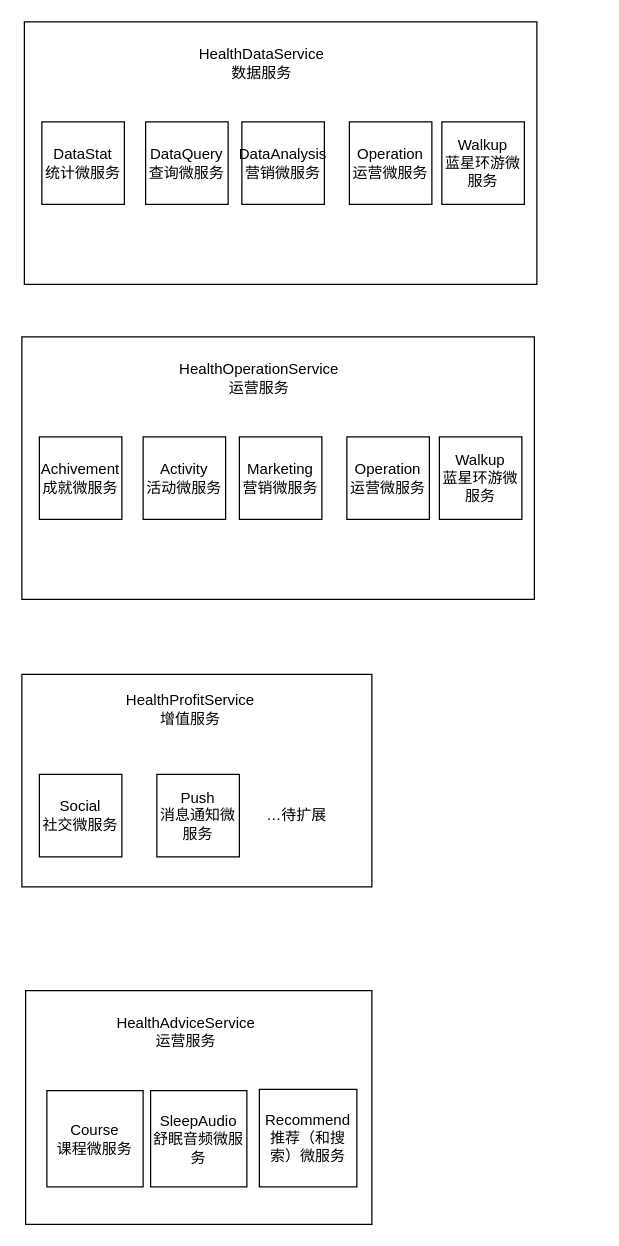
Earlier version of the draw.io diagram 运动健康云1层架构.drawio (HuaHero/interview). Source tidied: cells renumbered, new cells numbered last; positions are measured from the earlier drawing's top-left corner, leaving out a move shared by most shapes. Both pictures are drawn from the tidied source at 125%, with x=0, y=0 at pixel (21, 21).
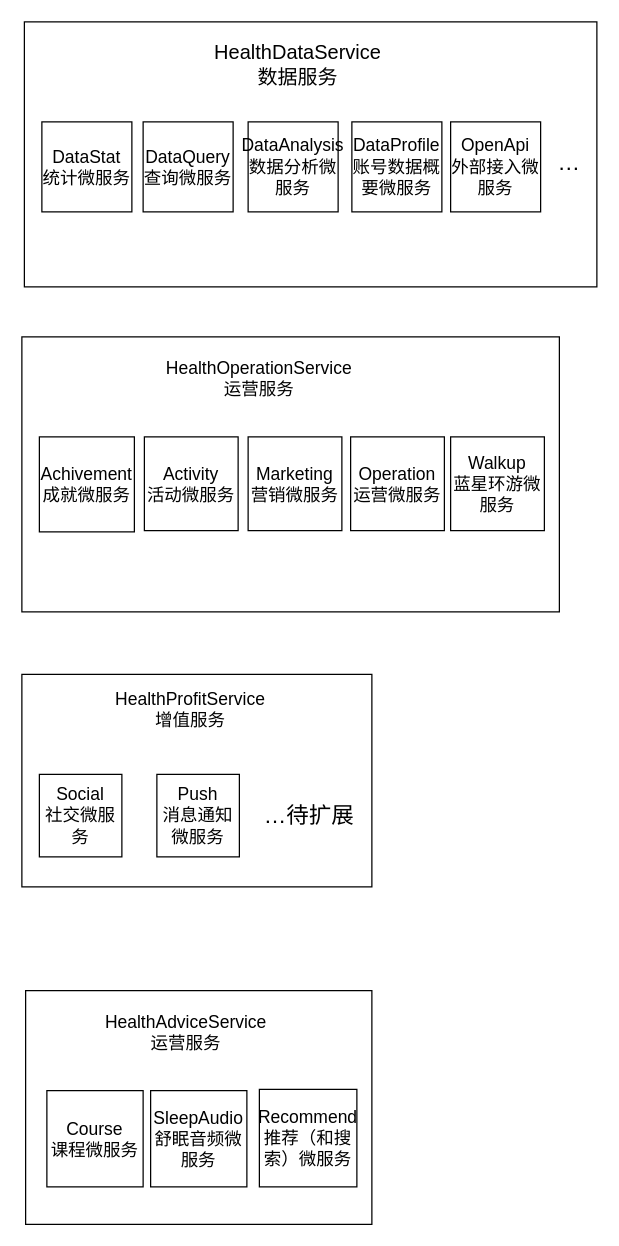
After the change.

Commit message:
更新运动健康云1层架构.drawio

Diff of the diagram source:
```diff
@@
-    <mxCell id="2" style="rounded=0;whiteSpace=wrap;html=1;" parent="1" vertex="1">
-      <mxGeometry y="252" width="410" height="210" as="geometry" />
+    <mxCell id="2" style="rounded=0;whiteSpace=wrap;html=1;fontSize=14;" parent="1" vertex="1">
+      <mxGeometry y="252" width="430" height="220" as="geometry" />
     </mxCell>
-    <mxCell id="3" style="rounded=0;whiteSpace=wrap;html=1;" parent="1" vertex="1">
+    <mxCell id="3" style="rounded=0;whiteSpace=wrap;html=1;fontSize=14;" parent="1" vertex="1">
       <mxGeometry y="522" width="280" height="170" as="geometry" />
     </mxCell>
-    <mxCell id="4" value="HealthOperationService&lt;br style=&quot;border-color: var(--border-color);&quot;&gt;运营服务" style="text;html=1;strokeColor=none;fillColor=none;align=center;verticalAlign=middle;whiteSpace=wrap;rounded=0;" parent="1" vertex="1">
+    <mxCell id="4" value="HealthOperationService&lt;br style=&quot;border-color: var(--border-color); font-size: 14px;&quot;&gt;运营服务" style="text;html=1;strokeColor=none;fillColor=none;align=center;verticalAlign=middle;whiteSpace=wrap;rounded=0;fontSize=14;" parent="1" vertex="1">
       <mxGeometry x="20" y="267" width="340" height="35" as="geometry" />
     </mxCell>
-    <mxCell id="5" value="Achivement&lt;br&gt;成就微服务&lt;br&gt;" style="whiteSpace=wrap;html=1;" parent="1" vertex="1">
-      <mxGeometry x="14" y="332" width="66" height="66" as="geometry" />
+    <mxCell id="5" value="Achivement&lt;br style=&quot;font-size: 14px;&quot;&gt;成就微服务&lt;br style=&quot;font-size: 14px;&quot;&gt;" style="whiteSpace=wrap;html=1;fontSize=14;" parent="1" vertex="1">
+      <mxGeometry x="14" y="332" width="76" height="76" as="geometry" />
     </mxCell>
-    <mxCell id="6" value="Activity&lt;br&gt;活动微服务" style="whiteSpace=wrap;html=1;" parent="1" vertex="1">
-      <mxGeometry x="97" y="332" width="66" height="66" as="geometry" />
+    <mxCell id="6" value="Activity&lt;br style=&quot;font-size: 14px;&quot;&gt;活动微服务" style="whiteSpace=wrap;html=1;fontSize=14;" parent="1" vertex="1">
+      <mxGeometry x="98" y="332" width="75" height="75" as="geometry" />
     </mxCell>
-    <mxCell id="7" value="Marketing&lt;br&gt;营销微服务" style="whiteSpace=wrap;html=1;" parent="1" vertex="1">
-      <mxGeometry x="174" y="332" width="66" height="66" as="geometry" />
+    <mxCell id="7" value="Marketing&lt;br style=&quot;font-size: 14px;&quot;&gt;营销微服务" style="whiteSpace=wrap;html=1;fontSize=14;" parent="1" vertex="1">
+      <mxGeometry x="181" y="332" width="75" height="75" as="geometry" />
     </mxCell>
-    <mxCell id="8" value="Operation&lt;br&gt;运营微服务" style="whiteSpace=wrap;html=1;" parent="1" vertex="1">
-      <mxGeometry x="260" y="332" width="66" height="66" as="geometry" />
+    <mxCell id="8" value="Operation&lt;br style=&quot;font-size: 14px;&quot;&gt;运营微服务" style="whiteSpace=wrap;html=1;fontSize=14;" parent="1" vertex="1">
+      <mxGeometry x="263" y="332" width="75" height="75" as="geometry" />
     </mxCell>
-    <mxCell id="9" value="Walkup&lt;br&gt;蓝星环游微服务" style="whiteSpace=wrap;html=1;" parent="1" vertex="1">
-      <mxGeometry x="334" y="332" width="66" height="66" as="geometry" />
+    <mxCell id="9" value="Walkup&lt;br style=&quot;font-size: 14px;&quot;&gt;蓝星环游微服务" style="whiteSpace=wrap;html=1;fontSize=14;" parent="1" vertex="1">
+      <mxGeometry x="343" y="332" width="75" height="75" as="geometry" />
     </mxCell>
-    <mxCell id="10" value="Social&lt;br&gt;社交微服务" style="whiteSpace=wrap;html=1;" parent="1" vertex="1">
+    <mxCell id="10" value="Social&lt;br style=&quot;font-size: 14px;&quot;&gt;社交微服务" style="whiteSpace=wrap;html=1;fontSize=14;" parent="1" vertex="1">
       <mxGeometry x="14" y="602" width="66" height="66" as="geometry" />
     </mxCell>
-    <mxCell id="11" value="Push&lt;br&gt;消息通知微服务" style="whiteSpace=wrap;html=1;" parent="1" vertex="1">
+    <mxCell id="11" value="Push&lt;br style=&quot;font-size: 14px;&quot;&gt;消息通知微服务" style="whiteSpace=wrap;html=1;fontSize=14;" parent="1" vertex="1">
       <mxGeometry x="108" y="602" width="66" height="66" as="geometry" />
     </mxCell>
-    <mxCell id="12" value="HealthProfitService&lt;br style=&quot;border-color: var(--border-color);&quot;&gt;增值服务" style="text;html=1;strokeColor=none;fillColor=none;align=center;verticalAlign=middle;whiteSpace=wrap;rounded=0;" parent="1" vertex="1">
+    <mxCell id="12" value="HealthProfitService&lt;br style=&quot;border-color: var(--border-color); font-size: 14px;&quot;&gt;增值服务" style="text;html=1;strokeColor=none;fillColor=none;align=center;verticalAlign=middle;whiteSpace=wrap;rounded=0;fontSize=14;" parent="1" vertex="1">
       <mxGeometry x="30" y="532" width="210" height="35" as="geometry" />
     </mxCell>
-    <mxCell id="13" style="rounded=0;whiteSpace=wrap;html=1;" parent="1" vertex="1">
+    <mxCell id="13" style="rounded=0;whiteSpace=wrap;html=1;fontSize=14;" parent="1" vertex="1">
       <mxGeometry x="3" y="775" width="277" height="187" as="geometry" />
     </mxCell>
-    <mxCell id="14" value="HealthAdviceService&lt;br style=&quot;border-color: var(--border-color);&quot;&gt;运营服务" style="text;html=1;strokeColor=none;fillColor=none;align=center;verticalAlign=middle;whiteSpace=wrap;rounded=0;" parent="1" vertex="1">
+    <mxCell id="14" value="HealthAdviceService&lt;br style=&quot;border-color: var(--border-color); font-size: 14px;&quot;&gt;运营服务" style="text;html=1;strokeColor=none;fillColor=none;align=center;verticalAlign=middle;whiteSpace=wrap;rounded=0;fontSize=14;" parent="1" vertex="1">
       <mxGeometry x="23" y="790" width="217" height="35" as="geometry" />
     </mxCell>
-    <mxCell id="15" value="Course&lt;br&gt;课程微服务" style="whiteSpace=wrap;html=1;" parent="1" vertex="1">
+    <mxCell id="15" value="Course&lt;br style=&quot;font-size: 14px;&quot;&gt;课程微服务" style="whiteSpace=wrap;html=1;fontSize=14;" parent="1" vertex="1">
       <mxGeometry x="20" y="855" width="77" height="77" as="geometry" />
     </mxCell>
-    <mxCell id="16" value="SleepAudio&lt;br&gt;舒眠音频微服务" style="whiteSpace=wrap;html=1;" parent="1" vertex="1">
+    <mxCell id="16" value="SleepAudio&lt;br style=&quot;font-size: 14px;&quot;&gt;舒眠音频微服务" style="whiteSpace=wrap;html=1;fontSize=14;" parent="1" vertex="1">
       <mxGeometry x="103" y="855" width="77" height="77" as="geometry" />
     </mxCell>
-    <mxCell id="17" value="Recommend推荐（和搜索）微服务" style="whiteSpace=wrap;html=1;" parent="1" vertex="1">
+    <mxCell id="17" value="Recommend推荐（和搜索）微服务" style="whiteSpace=wrap;html=1;fontSize=14;" parent="1" vertex="1">
       <mxGeometry x="190" y="854" width="78" height="78" as="geometry" />
     </mxCell>
-    <mxCell id="18" value="…待扩展" style="text;html=1;strokeColor=none;fillColor=none;align=center;verticalAlign=middle;whiteSpace=wrap;rounded=0;" parent="1" vertex="1">
-      <mxGeometry x="190" y="620" width="60" height="30" as="geometry" />
+    <mxCell id="18" value="&lt;font style=&quot;font-size: 18px;&quot;&gt;…待扩展&lt;/font&gt;" style="text;html=1;strokeColor=none;fillColor=none;align=center;verticalAlign=middle;whiteSpace=wrap;rounded=0;fontSize=14;" parent="1" vertex="1">
+      <mxGeometry x="190" y="620" width="80" height="30" as="geometry" />
     </mxCell>
-    <mxCell id="19" style="rounded=0;whiteSpace=wrap;html=1;" parent="1" vertex="1">
-      <mxGeometry x="2" width="410" height="210" as="geometry" />
+    <mxCell id="19" style="rounded=0;whiteSpace=wrap;html=1;fontSize=14;" parent="1" vertex="1">
+      <mxGeometry x="2" width="458" height="212" as="geometry" />
     </mxCell>
-    <mxCell id="20" value="HealthDataService&lt;br style=&quot;border-color: var(--border-color);&quot;&gt;数据服务" style="text;html=1;strokeColor=none;fillColor=none;align=center;verticalAlign=middle;whiteSpace=wrap;rounded=0;" parent="1" vertex="1">
-      <mxGeometry x="22" y="15" width="340" height="35" as="geometry" />
+    <mxCell id="20" value="HealthDataService&lt;br style=&quot;border-color: var(--border-color); font-size: 16px;&quot;&gt;数据服务" style="text;html=1;strokeColor=none;fillColor=none;align=center;verticalAlign=middle;whiteSpace=wrap;rounded=0;fontSize=16;" parent="1" vertex="1">
+      <mxGeometry x="22" y="15" width="398" height="37" as="geometry" />
     </mxCell>
-    <mxCell id="21" value="DataStat&lt;br&gt;统计微服务" style="whiteSpace=wrap;html=1;" parent="1" vertex="1">
-      <mxGeometry x="16" y="80" width="66" height="66" as="geometry" />
+    <mxCell id="21" value="DataStat&lt;br style=&quot;font-size: 14px;&quot;&gt;统计微服务" style="whiteSpace=wrap;html=1;fontSize=14;" parent="1" vertex="1">
+      <mxGeometry x="16" y="80" width="72" height="72" as="geometry" />
     </mxCell>
-    <mxCell id="22" value="DataQuery查询微服务" style="whiteSpace=wrap;html=1;" parent="1" vertex="1">
-      <mxGeometry x="99" y="80" width="66" height="66" as="geometry" />
+    <mxCell id="22" value="DataQuery查询微服务" style="whiteSpace=wrap;html=1;fontSize=14;" parent="1" vertex="1">
+      <mxGeometry x="97" y="80" width="72" height="72" as="geometry" />
     </mxCell>
-    <mxCell id="23" value="DataAnalysis&lt;br&gt;营销微服务" style="whiteSpace=wrap;html=1;" parent="1" vertex="1">
-      <mxGeometry x="176" y="80" width="66" height="66" as="geometry" />
+    <mxCell id="23" value="DataAnalysis&lt;br style=&quot;font-size: 14px;&quot;&gt;数据分析微服务" style="whiteSpace=wrap;html=1;fontSize=14;" parent="1" vertex="1">
+      <mxGeometry x="181" y="80" width="72" height="72" as="geometry" />
     </mxCell>
-    <mxCell id="24" value="Operation&lt;br&gt;运营微服务" style="whiteSpace=wrap;html=1;" parent="1" vertex="1">
-      <mxGeometry x="262" y="80" width="66" height="66" as="geometry" />
+    <mxCell id="24" value="DataProfile&lt;br style=&quot;font-size: 14px;&quot;&gt;账号数据概要微服务" style="whiteSpace=wrap;html=1;fontSize=14;" parent="1" vertex="1">
+      <mxGeometry x="264" y="80" width="72" height="72" as="geometry" />
     </mxCell>
-    <mxCell id="25" value="Walkup&lt;br&gt;蓝星环游微服务" style="whiteSpace=wrap;html=1;" parent="1" vertex="1">
-      <mxGeometry x="336" y="80" width="66" height="66" as="geometry" />
+    <mxCell id="25" value="OpenApi&lt;br style=&quot;font-size: 14px;&quot;&gt;外部接入微服务" style="whiteSpace=wrap;html=1;fontSize=14;" parent="1" vertex="1">
+      <mxGeometry x="343" y="80" width="72" height="72" as="geometry" />
     </mxCell>
+    <mxCell id="26" value="…" style="text;html=1;strokeColor=none;fillColor=none;align=center;verticalAlign=middle;whiteSpace=wrap;rounded=0;fontSize=18;" parent="1" vertex="1">
+      <mxGeometry x="418" y="98" width="40" height="30" as="geometry" />
+    </mxCell>
```
